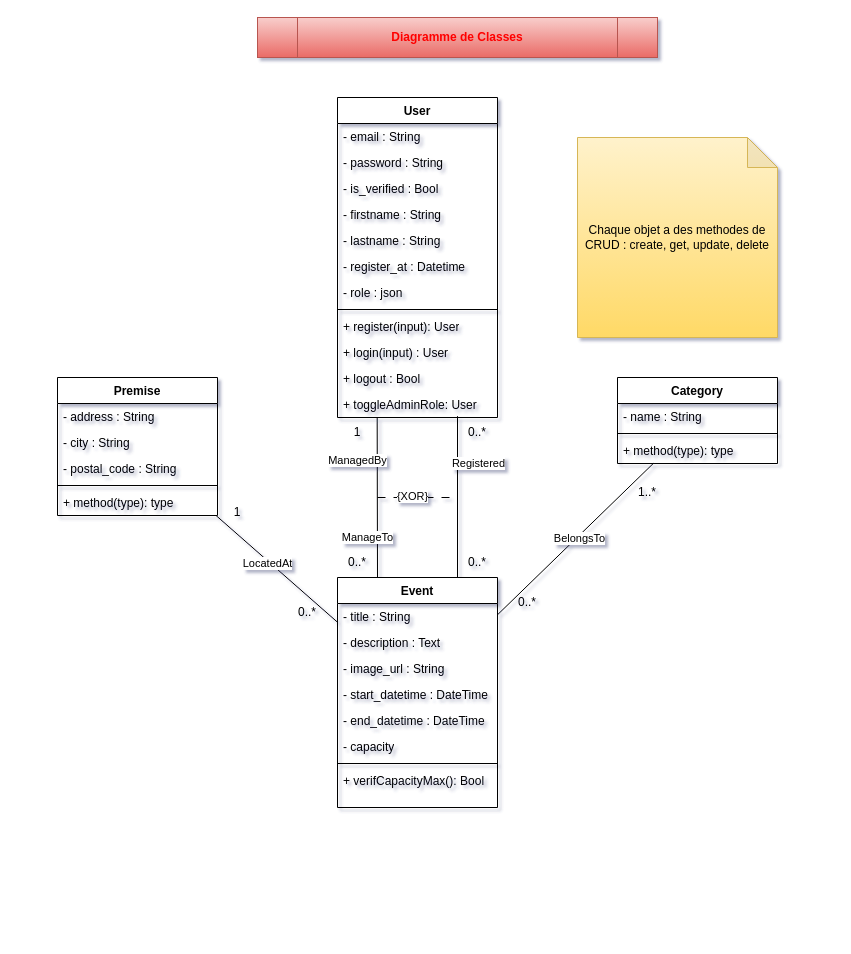
This is UML/Classe_Projet_Fil_Rouge.drawio from Mzk-Ali/M2I_Projet_Fil_Rouge_Conception, a draw.io file, before an edit. Source tidied: cells renumbered, new cells numbered last; positions are measured from the earlier drawing's top-left corner, leaving out a move shared by most shapes. Both pictures are drawn from the tidied source at 100%, with x=0, y=0 at pixel (57, 17).
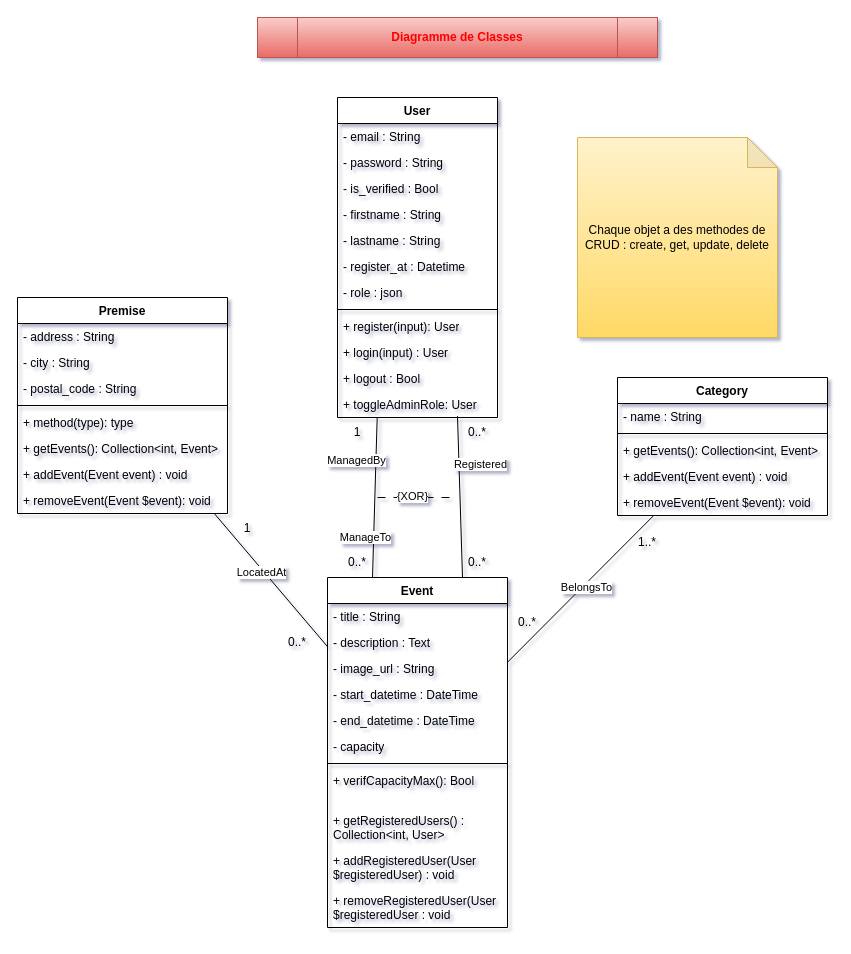
After the change.

Commit message:
Mettre à jour Classe_Projet_Fil_Rouge.drawio

Change to the diagram source:
```diff
@@
     <mxCell id="19" value="Event" style="swimlane;fontStyle=1;align=center;verticalAlign=top;horizontal=1;startSize=26;whiteSpace=wrap;html=1;" parent="1" vertex="1">
-      <mxGeometry x="280" y="560" width="160" height="230" as="geometry" />
+      <mxGeometry x="270" y="560" width="180" height="350" as="geometry" />
     </mxCell>
     <mxCell id="20" value="- title : String" style="text;strokeColor=none;fillColor=none;align=left;verticalAlign=top;spacingLeft=4;spacingRight=4;overflow=hidden;whiteSpace=wrap;html=1;" parent="19" vertex="1">
-      <mxGeometry y="26" width="160" height="26" as="geometry" />
+      <mxGeometry y="26" width="180" height="26" as="geometry" />
     </mxCell>
     <mxCell id="21" value="- description : Text" style="text;strokeColor=none;fillColor=none;align=left;verticalAlign=top;spacingLeft=4;spacingRight=4;overflow=hidden;whiteSpace=wrap;html=1;" parent="19" vertex="1">
-      <mxGeometry y="52" width="160" height="26" as="geometry" />
+      <mxGeometry y="52" width="180" height="26" as="geometry" />
     </mxCell>
     <mxCell id="22" value="- image_url : String" style="text;strokeColor=none;fillColor=none;align=left;verticalAlign=top;spacingLeft=4;spacingRight=4;overflow=hidden;whiteSpace=wrap;html=1;" parent="19" vertex="1">
-      <mxGeometry y="78" width="160" height="26" as="geometry" />
+      <mxGeometry y="78" width="180" height="26" as="geometry" />
     </mxCell>
     <mxCell id="23" value="- start_datetime : DateTime" style="text;strokeColor=none;fillColor=none;align=left;verticalAlign=top;spacingLeft=4;spacingRight=4;overflow=hidden;whiteSpace=wrap;html=1;" parent="19" vertex="1">
-      <mxGeometry y="104" width="160" height="26" as="geometry" />
+      <mxGeometry y="104" width="180" height="26" as="geometry" />
     </mxCell>
     <mxCell id="24" value="- end_datetime : DateTime" style="text;strokeColor=none;fillColor=none;align=left;verticalAlign=top;spacingLeft=4;spacingRight=4;overflow=hidden;whiteSpace=wrap;html=1;" parent="19" vertex="1">
-      <mxGeometry y="130" width="160" height="26" as="geometry" />
+      <mxGeometry y="130" width="180" height="26" as="geometry" />
     </mxCell>
     <mxCell id="25" value="- capacity" style="text;strokeColor=none;fillColor=none;align=left;verticalAlign=top;spacingLeft=4;spacingRight=4;overflow=hidden;whiteSpace=wrap;html=1;" parent="19" vertex="1">
-      <mxGeometry y="156" width="160" height="26" as="geometry" />
+      <mxGeometry y="156" width="180" height="26" as="geometry" />
     </mxCell>
     <mxCell id="26" style="line;strokeWidth=1;fillColor=none;align=left;verticalAlign=middle;spacingTop=-1;spacingLeft=3;spacingRight=3;labelPosition=right;strokeColor=inherit;" parent="19" vertex="1">
-      <mxGeometry y="182" width="160" height="8" as="geometry" />
+      <mxGeometry y="182" width="180" height="8" as="geometry" />
     </mxCell>
     <mxCell id="27" value="+ verifCapacityMax(): Bool" style="text;strokeColor=none;fillColor=none;align=left;verticalAlign=top;spacingLeft=4;spacingRight=4;overflow=hidden;whiteSpace=wrap;html=1;" parent="19" vertex="1">
-      <mxGeometry y="190" width="160" height="40" as="geometry" />
+      <mxGeometry y="190" width="180" height="40" as="geometry" />
     </mxCell>
+    <mxCell id="55" value="+ getRegisteredUsers() : Collection&amp;lt;int, User&amp;gt;" style="text;strokeColor=none;fillColor=none;align=left;verticalAlign=top;spacingLeft=4;spacingRight=4;overflow=hidden;whiteSpace=wrap;html=1;" parent="19" vertex="1">
+      <mxGeometry y="230" width="180" height="40" as="geometry" />
+    </mxCell>
+    <mxCell id="56" value="+ addRegisteredUser(User $registeredUser) : void" style="text;strokeColor=none;fillColor=none;align=left;verticalAlign=top;spacingLeft=4;spacingRight=4;overflow=hidden;whiteSpace=wrap;html=1;" parent="19" vertex="1">
+      <mxGeometry y="270" width="180" height="40" as="geometry" />
+    </mxCell>
+    <mxCell id="57" value="+ removeRegisteredUser(User $registeredUser : void" style="text;strokeColor=none;fillColor=none;align=left;verticalAlign=top;spacingLeft=4;spacingRight=4;overflow=hidden;whiteSpace=wrap;html=1;" parent="19" vertex="1">
+      <mxGeometry y="310" width="180" height="40" as="geometry" />
+    </mxCell>
@@
     <mxCell id="30" value="Category" style="swimlane;fontStyle=1;align=center;verticalAlign=top;horizontal=1;startSize=26;whiteSpace=wrap;html=1;" parent="1" vertex="1">
-      <mxGeometry x="560" y="360" width="160" height="86" as="geometry" />
+      <mxGeometry x="560" y="360" width="210" height="138" as="geometry" />
     </mxCell>
     <mxCell id="31" value="- name : String" style="text;strokeColor=none;fillColor=none;align=left;verticalAlign=top;spacingLeft=4;spacingRight=4;overflow=hidden;whiteSpace=wrap;html=1;" parent="30" vertex="1">
-      <mxGeometry y="26" width="160" height="26" as="geometry" />
+      <mxGeometry y="26" width="210" height="26" as="geometry" />
     </mxCell>
     <mxCell id="32" style="line;strokeWidth=1;fillColor=none;align=left;verticalAlign=middle;spacingTop=-1;spacingLeft=3;spacingRight=3;labelPosition=right;strokeColor=inherit;" parent="30" vertex="1">
-      <mxGeometry y="52" width="160" height="8" as="geometry" />
+      <mxGeometry y="52" width="210" height="8" as="geometry" />
     </mxCell>
-    <mxCell id="33" value="+ method(type): type" style="text;strokeColor=none;fillColor=none;align=left;verticalAlign=top;spacingLeft=4;spacingRight=4;overflow=hidden;whiteSpace=wrap;html=1;" parent="30" vertex="1">
-      <mxGeometry y="60" width="160" height="26" as="geometry" />
+    <mxCell id="33" value="+ getEvents(): Collection&amp;lt;int, Event&amp;gt;" style="text;strokeColor=none;fillColor=none;align=left;verticalAlign=top;spacingLeft=4;spacingRight=4;overflow=hidden;whiteSpace=wrap;html=1;" parent="30" vertex="1">
+      <mxGeometry y="60" width="210" height="26" as="geometry" />
     </mxCell>
+    <mxCell id="58" value="+ addEvent(Event event) : void" style="text;strokeColor=none;fillColor=none;align=left;verticalAlign=top;spacingLeft=4;spacingRight=4;overflow=hidden;whiteSpace=wrap;html=1;" parent="30" vertex="1">
+      <mxGeometry y="86" width="210" height="26" as="geometry" />
+    </mxCell>
+    <mxCell id="59" value="+ removeEvent(Event $event): void" style="text;strokeColor=none;fillColor=none;align=left;verticalAlign=top;spacingLeft=4;spacingRight=4;overflow=hidden;whiteSpace=wrap;html=1;" parent="30" vertex="1">
+      <mxGeometry y="112" width="210" height="26" as="geometry" />
+    </mxCell>
@@
     <mxCell id="36" value="Premise" style="swimlane;fontStyle=1;align=center;verticalAlign=top;horizontal=1;startSize=26;whiteSpace=wrap;html=1;" parent="1" vertex="1">
-      <mxGeometry y="360" width="160" height="138" as="geometry" />
+      <mxGeometry x="-40" y="280" width="210" height="216" as="geometry" />
     </mxCell>
     <mxCell id="37" value="- address : String" style="text;strokeColor=none;fillColor=none;align=left;verticalAlign=top;spacingLeft=4;spacingRight=4;overflow=hidden;whiteSpace=wrap;html=1;" parent="36" vertex="1">
-      <mxGeometry y="26" width="160" height="26" as="geometry" />
+      <mxGeometry y="26" width="210" height="26" as="geometry" />
     </mxCell>
     <mxCell id="38" value="- city : String" style="text;strokeColor=none;fillColor=none;align=left;verticalAlign=top;spacingLeft=4;spacingRight=4;overflow=hidden;whiteSpace=wrap;html=1;" parent="36" vertex="1">
-      <mxGeometry y="52" width="160" height="26" as="geometry" />
+      <mxGeometry y="52" width="210" height="26" as="geometry" />
     </mxCell>
     <mxCell id="39" value="- postal_code : String" style="text;strokeColor=none;fillColor=none;align=left;verticalAlign=top;spacingLeft=4;spacingRight=4;overflow=hidden;whiteSpace=wrap;html=1;" parent="36" vertex="1">
-      <mxGeometry y="78" width="160" height="26" as="geometry" />
+      <mxGeometry y="78" width="210" height="26" as="geometry" />
     </mxCell>
     <mxCell id="40" style="line;strokeWidth=1;fillColor=none;align=left;verticalAlign=middle;spacingTop=-1;spacingLeft=3;spacingRight=3;labelPosition=right;strokeColor=inherit;" parent="36" vertex="1">
-      <mxGeometry y="104" width="160" height="8" as="geometry" />
+      <mxGeometry y="104" width="210" height="8" as="geometry" />
     </mxCell>
     <mxCell id="41" value="+ method(type): type" style="text;strokeColor=none;fillColor=none;align=left;verticalAlign=top;spacingLeft=4;spacingRight=4;overflow=hidden;whiteSpace=wrap;html=1;" parent="36" vertex="1">
-      <mxGeometry y="112" width="160" height="26" as="geometry" />
+      <mxGeometry y="112" width="210" height="26" as="geometry" />
     </mxCell>
+    <mxCell id="60" value="+ getEvents(): Collection&amp;lt;int, Event&amp;gt;" style="text;strokeColor=none;fillColor=none;align=left;verticalAlign=top;spacingLeft=4;spacingRight=4;overflow=hidden;whiteSpace=wrap;html=1;" parent="36" vertex="1">
+      <mxGeometry y="138" width="210" height="26" as="geometry" />
+    </mxCell>
+    <mxCell id="61" value="+ addEvent(Event event) : void" style="text;strokeColor=none;fillColor=none;align=left;verticalAlign=top;spacingLeft=4;spacingRight=4;overflow=hidden;whiteSpace=wrap;html=1;" parent="36" vertex="1">
+      <mxGeometry y="164" width="210" height="26" as="geometry" />
+    </mxCell>
+    <mxCell id="62" value="+ removeEvent(Event $event): void" style="text;strokeColor=none;fillColor=none;align=left;verticalAlign=top;spacingLeft=4;spacingRight=4;overflow=hidden;whiteSpace=wrap;html=1;" parent="36" vertex="1">
+      <mxGeometry y="190" width="210" height="26" as="geometry" />
+    </mxCell>
@@
     <mxCell id="44" value="1..*" style="text;html=1;align=center;verticalAlign=middle;whiteSpace=wrap;rounded=0;" parent="1" vertex="1">
-      <mxGeometry x="560" y="460" width="60" height="30" as="geometry" />
+      <mxGeometry x="560" y="510" width="60" height="30" as="geometry" />
     </mxCell>
     <mxCell id="45" value="0..*" style="text;html=1;align=center;verticalAlign=middle;whiteSpace=wrap;rounded=0;" parent="1" vertex="1">
-      <mxGeometry x="440" y="570" width="60" height="30" as="geometry" />
+      <mxGeometry x="440" y="590" width="60" height="30" as="geometry" />
     </mxCell>
@@
     <mxCell id="50" value="0..*" style="text;html=1;align=center;verticalAlign=middle;whiteSpace=wrap;rounded=0;" parent="1" vertex="1">
-      <mxGeometry x="220" y="580" width="60" height="30" as="geometry" />
+      <mxGeometry x="210" y="610" width="60" height="30" as="geometry" />
     </mxCell>
     <mxCell id="51" value="1" style="text;html=1;align=center;verticalAlign=middle;whiteSpace=wrap;rounded=0;" parent="1" vertex="1">
-      <mxGeometry x="150" y="480" width="60" height="30" as="geometry" />
+      <mxGeometry x="160" y="496" width="60" height="30" as="geometry" />
     </mxCell>
```
